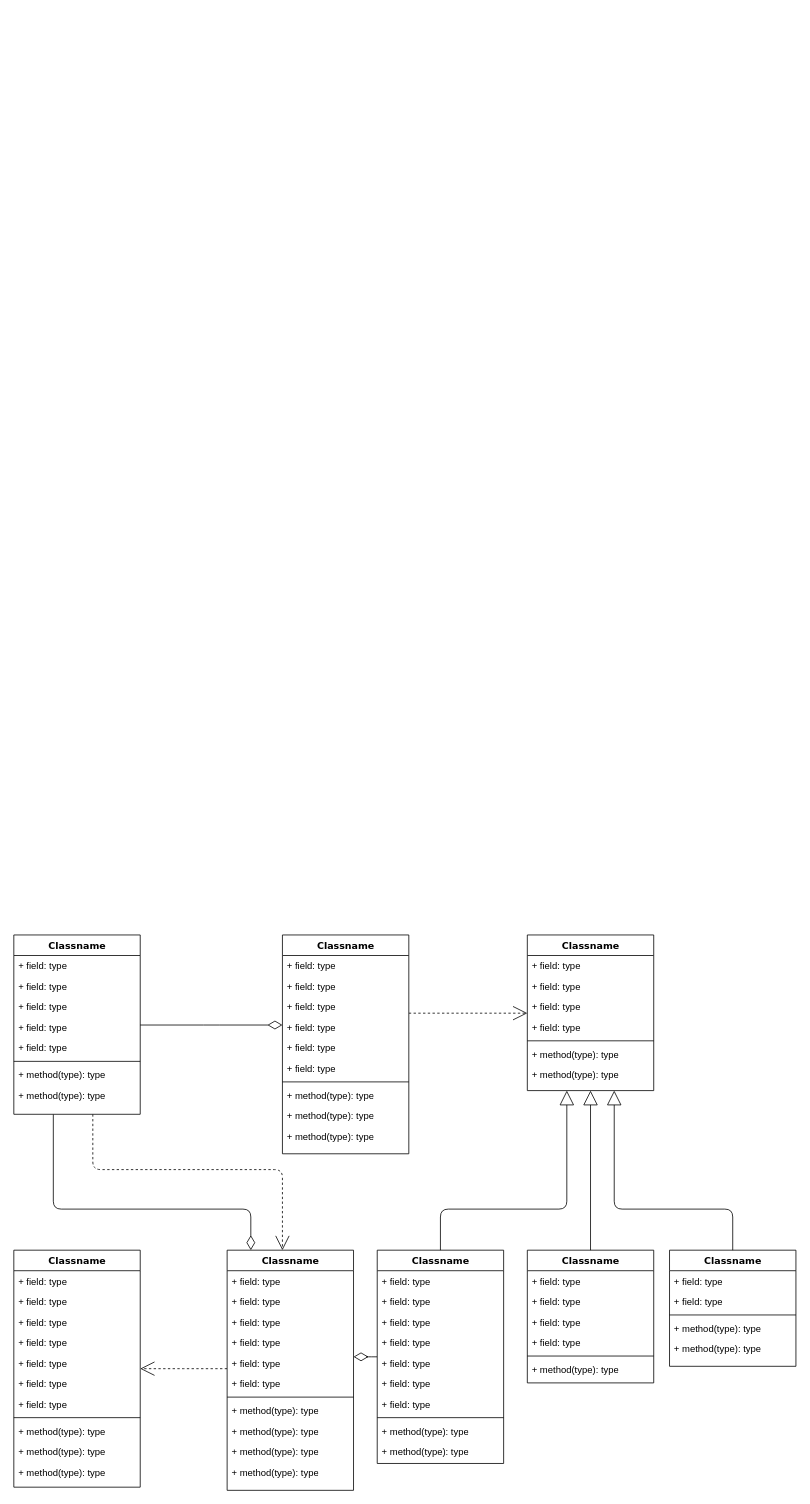
The draw.io diagram UML.drawio in thpsouza/modelagem-modulo-membranas, before the edit. Source tidied: cells renumbered, new cells numbered last; positions are measured from the earlier drawing's top-left corner, leaving out a move shared by most shapes. Both pictures are drawn from the tidied source at 79%, with x=0, y=0 at pixel (13, 935).
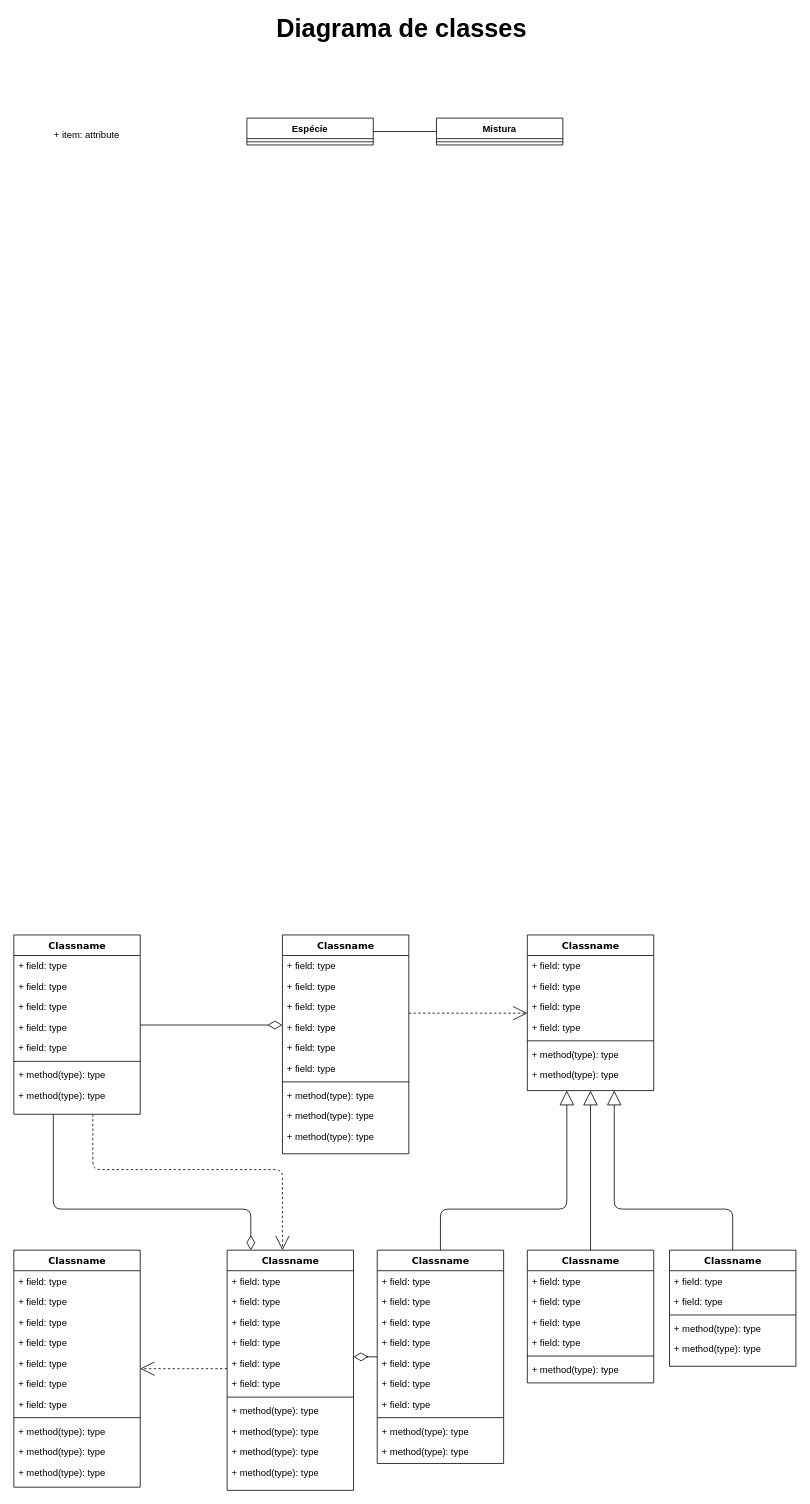
Above is the later version.

Diff of the diagram source:
```diff
@@
+    <mxCell id="87" value="&lt;font style=&quot;font-size: 32px;&quot;&gt;Diagrama de classes&amp;nbsp;&lt;/font&gt;" style="text;align=center;fontStyle=1;verticalAlign=middle;spacingLeft=3;spacingRight=3;strokeColor=none;html=1;" parent="1" vertex="1">
+      <mxGeometry x="455" y="-1160" width="80" height="26" as="geometry" />
+    </mxCell>
+    <mxCell id="88" value="Mistura" style="swimlane;fontStyle=1;align=center;verticalAlign=top;horizontal=1;startSize=26;whiteSpace=wrap;html=1;" parent="1" vertex="1">
+      <mxGeometry x="535" y="-1034" width="160" height="34" as="geometry" />
+    </mxCell>
+    <mxCell id="89" style="line;strokeWidth=1;fillColor=none;align=left;verticalAlign=middle;spacingTop=-1;spacingLeft=3;spacingRight=3;labelPosition=right;strokeColor=inherit;" parent="88" vertex="1">
+      <mxGeometry y="26" width="160" height="8" as="geometry" />
+    </mxCell>
+    <mxCell id="90" value="Espécie" style="swimlane;fontStyle=1;align=center;verticalAlign=top;horizontal=1;startSize=26;whiteSpace=wrap;html=1;" parent="1" vertex="1">
+      <mxGeometry x="295" y="-1034" width="160" height="34" as="geometry" />
+    </mxCell>
+    <mxCell id="91" style="line;strokeWidth=1;fillColor=none;align=left;verticalAlign=middle;spacingTop=-1;spacingLeft=3;spacingRight=3;labelPosition=right;strokeColor=inherit;" parent="90" vertex="1">
+      <mxGeometry y="26" width="160" height="8" as="geometry" />
+    </mxCell>
+    <mxCell id="92" value="+ item: attribute" style="text;strokeColor=none;fillColor=none;align=left;verticalAlign=top;spacingLeft=4;spacingRight=4;overflow=hidden;whiteSpace=wrap;html=1;" parent="1" vertex="1">
+      <mxGeometry x="45" y="-1026" width="100" height="26" as="geometry" />
+    </mxCell>
+    <mxCell id="93" style="endArrow=none;html=1;rounded=0;exitX=1;exitY=0.5;exitDx=0;exitDy=0;entryX=0;entryY=0.5;entryDx=0;entryDy=0;" parent="1" edge="1" source="90" target="88">
+      <mxGeometry relative="1" as="geometry" />
+    </mxCell>
```
